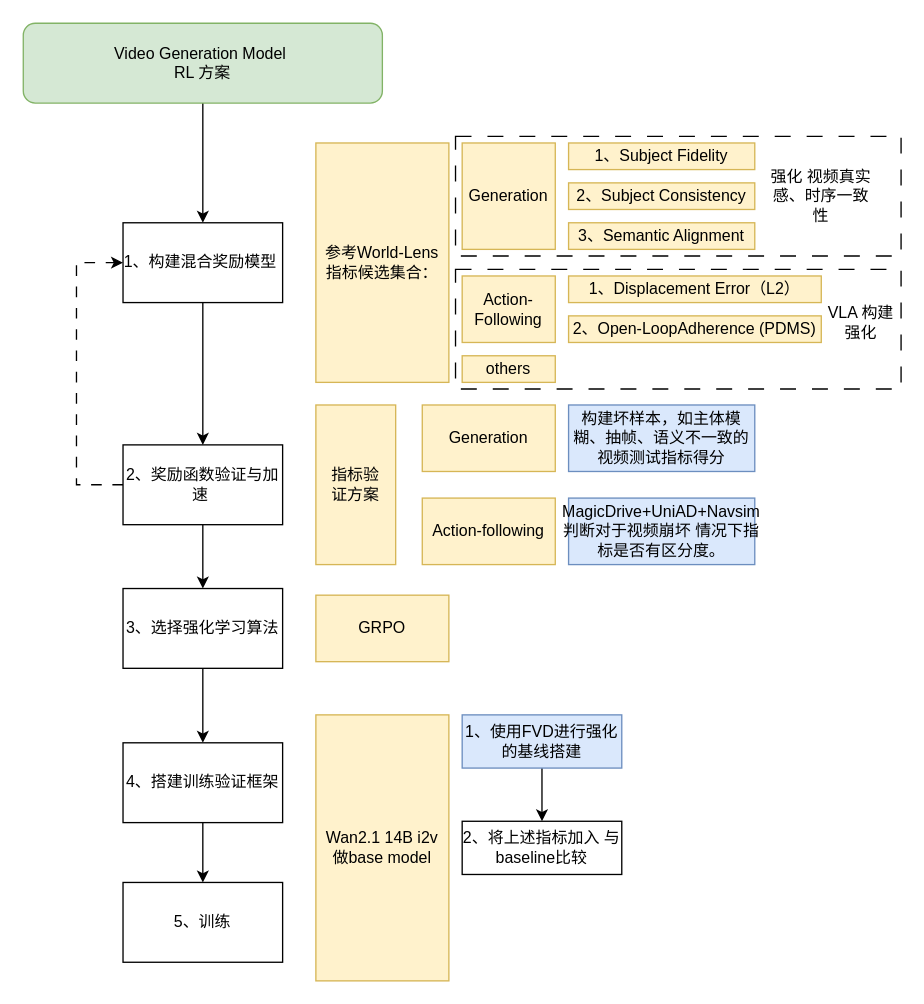
Earlier version of the draw.io diagram 未命名绘图.drawio (NinoNeumann/drawio_projects). Source tidied: cells renumbered, new cells numbered last; positions are measured from the earlier drawing's top-left corner, leaving out a move shared by most shapes. Both pictures are drawn from the tidied source at 133%, with x=0, y=0 at pixel (23, 23).
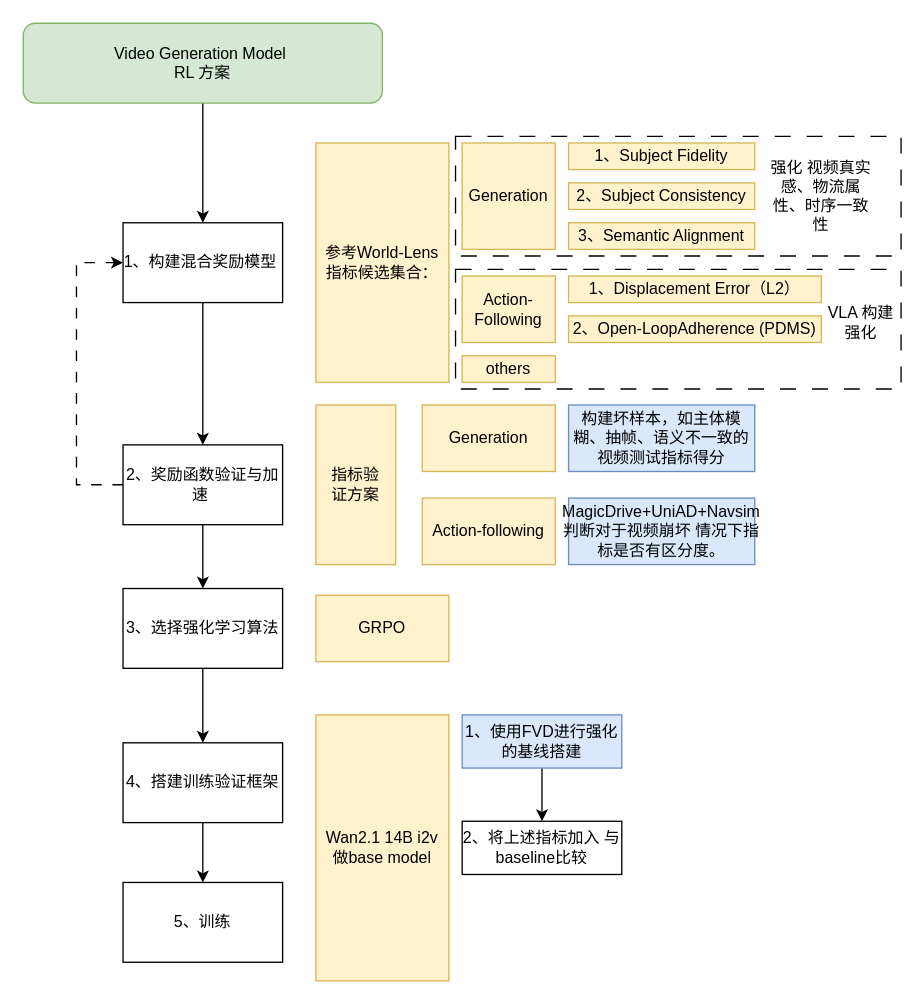
After the change.

The edit, as a diff of the source:
```diff
@@
-    <mxCell id="33" value="强化 视频真实感、时序一致性" style="text;html=1;whiteSpace=wrap;strokeColor=none;fillColor=none;align=center;verticalAlign=middle;rounded=0;" parent="1" vertex="1">
+    <mxCell id="33" value="强化 视频真实感、物流属性、时序一致性" style="text;html=1;whiteSpace=wrap;strokeColor=none;fillColor=none;align=center;verticalAlign=middle;rounded=0;" parent="1" vertex="1">
       <mxGeometry x="560" y="107.5" width="80" height="45" as="geometry" />
     </mxCell>
```
